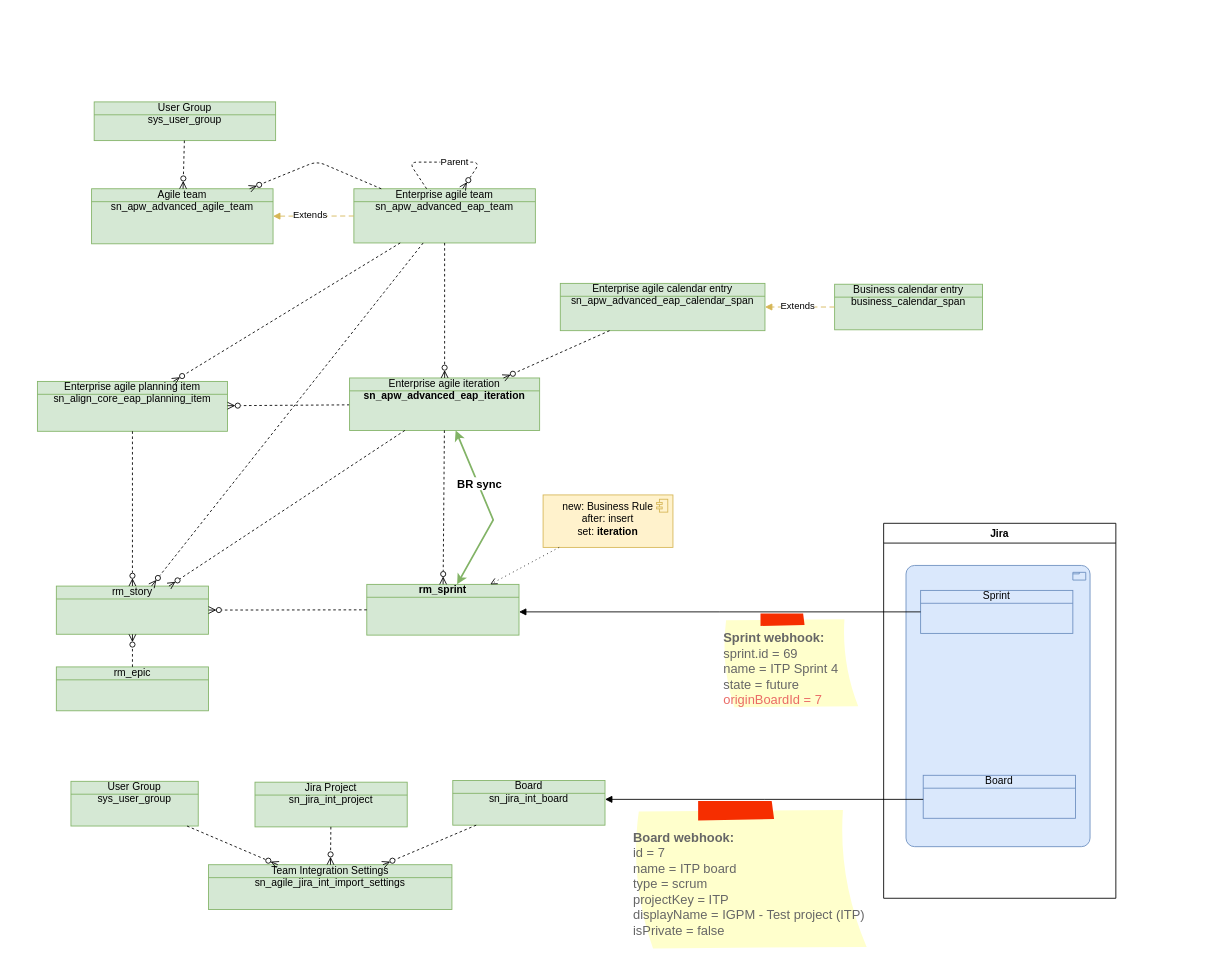
algimas/tmp keeps this draw.io diagram as BoschEAP.drawio. Above is the earlier version. Source tidied: cells renumbered, new cells numbered last; positions are measured from the earlier drawing's top-left corner, leaving out a move shared by most shapes. Both pictures are drawn from the tidied source at 86%, with x=0, y=0 at pixel (37, 101).
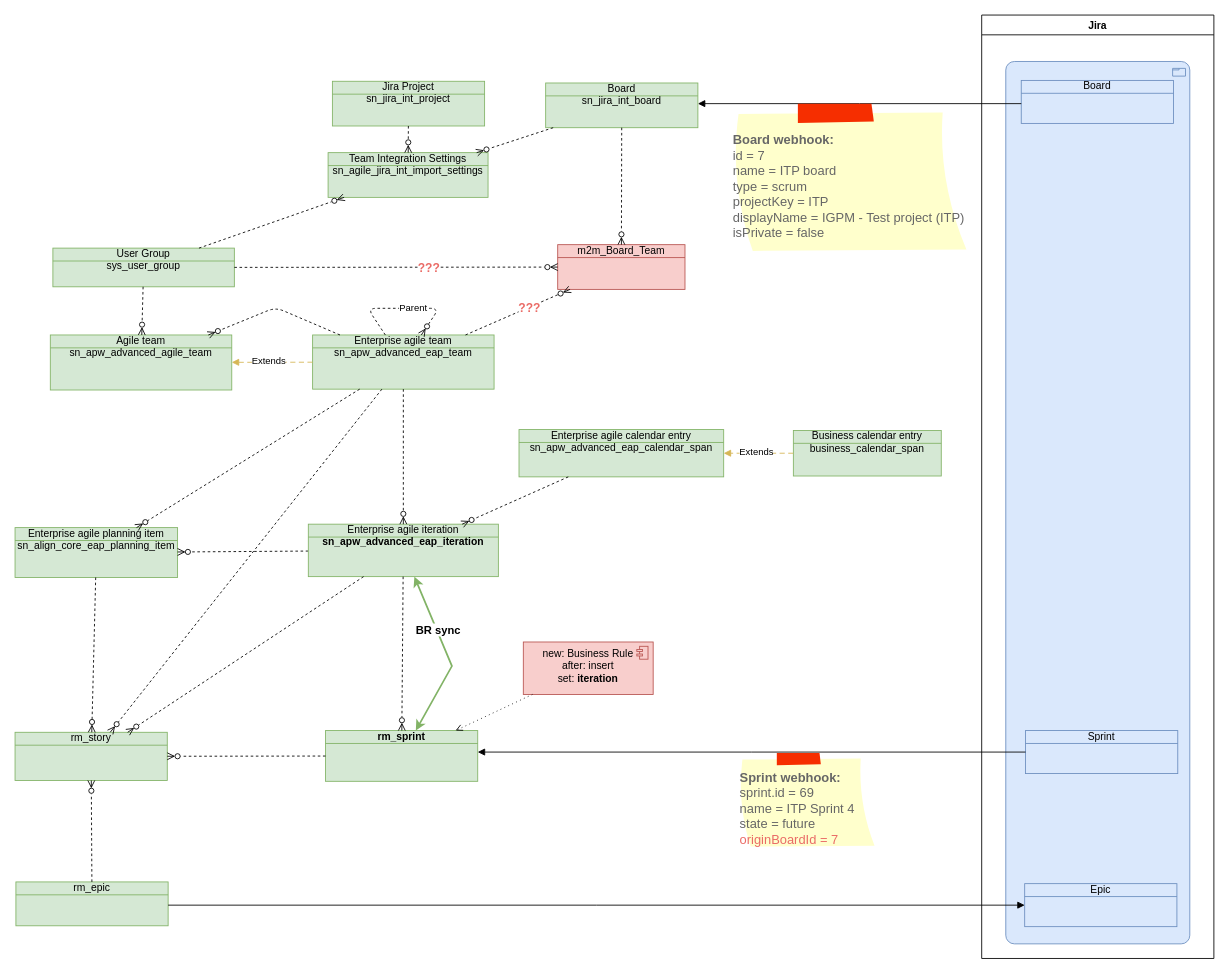
The same diagram, later.

The edit, as a diff of the source:
```diff
@@
     <mxCell id="2" value="&lt;b&gt;rm_sprint&lt;/b&gt;" style="html=1;outlineConnect=0;whiteSpace=wrap;fillColor=#d5e8d4;shape=mxgraph.archimate3.businessObject;overflow=fill;strokeColor=#82b366;" parent="1" vertex="1">
-      <mxGeometry x="383" y="561" width="177" height="59" as="geometry" />
+      <mxGeometry x="335" y="731" width="177" height="59" as="geometry" />
     </mxCell>
     <mxCell id="3" value="Enterprise agile planning item sn_align_core_eap_planning_item" style="html=1;outlineConnect=0;whiteSpace=wrap;fillColor=#d5e8d4;shape=mxgraph.archimate3.businessObject;overflow=fill;strokeColor=#82b366;" parent="1" vertex="1">
-      <mxGeometry y="325" width="221" height="58" as="geometry" />
+      <mxGeometry x="-26" y="495" width="189" height="58" as="geometry" />
     </mxCell>
@@
     <mxCell id="5" value="rm_story" style="html=1;outlineConnect=0;whiteSpace=wrap;fillColor=#d5e8d4;shape=mxgraph.archimate3.businessObject;overflow=fill;strokeColor=#82b366;" parent="1" vertex="1">
-      <mxGeometry x="22" y="563" width="177" height="56" as="geometry" />
+      <mxGeometry x="-26" y="733" width="177" height="56" as="geometry" />
     </mxCell>
     <mxCell id="6" value="Enterprise agile iteration &lt;b&gt;sn_apw_advanced_eap_iteration&lt;/b&gt;" style="html=1;outlineConnect=0;whiteSpace=wrap;fillColor=#d5e8d4;shape=mxgraph.archimate3.businessObject;overflow=fill;strokeColor=#82b366;" parent="1" vertex="1">
-      <mxGeometry x="363" y="321" width="221" height="61" as="geometry" />
+      <mxGeometry x="315" y="491" width="221" height="61" as="geometry" />
     </mxCell>
     <mxCell id="7" value="Enterprise agile team sn_apw_advanced_eap_team" style="html=1;outlineConnect=0;whiteSpace=wrap;fillColor=#d5e8d4;shape=mxgraph.archimate3.businessObject;overflow=fill;strokeColor=#82b366;" parent="1" vertex="1">
-      <mxGeometry x="368" y="101" width="211" height="63" as="geometry" />
+      <mxGeometry x="320" y="271" width="211" height="63" as="geometry" />
     </mxCell>
     <mxCell id="8" value="&lt;div&gt;Enterprise agile calendar entry&lt;/div&gt;sn_apw_advanced_eap_calendar_span" style="html=1;outlineConnect=0;whiteSpace=wrap;fillColor=#d5e8d4;shape=mxgraph.archimate3.businessObject;overflow=fill;strokeColor=#82b366;" parent="1" vertex="1">
-      <mxGeometry x="608" y="211" width="238" height="55" as="geometry" />
+      <mxGeometry x="560" y="381" width="238" height="55" as="geometry" />
     </mxCell>
     <mxCell id="9" value="&lt;div&gt;Business calendar entry&lt;/div&gt;business_calendar_span" style="html=1;outlineConnect=0;whiteSpace=wrap;fillColor=#d5e8d4;shape=mxgraph.archimate3.businessObject;overflow=fill;strokeColor=#82b366;" parent="1" vertex="1">
-      <mxGeometry x="927" y="212" width="172" height="53" as="geometry" />
+      <mxGeometry x="879" y="382" width="172" height="53" as="geometry" />
     </mxCell>
@@
     <mxCell id="18" value="rm_epic" style="html=1;outlineConnect=0;whiteSpace=wrap;fillColor=#d5e8d4;shape=mxgraph.archimate3.businessObject;overflow=fill;strokeColor=#82b366;" parent="1" vertex="1">
-      <mxGeometry x="22" y="657" width="177" height="51" as="geometry" />
+      <mxGeometry x="-25" y="907" width="177" height="51" as="geometry" />
     </mxCell>
@@
-    <mxCell id="22" value="&lt;div&gt;new: Business Rule&lt;/div&gt;&lt;div&gt;after: insert&lt;/div&gt;&lt;div&gt;set: &lt;b&gt;iteration&lt;/b&gt;&lt;br&gt;&lt;/div&gt;" style="html=1;outlineConnect=0;whiteSpace=wrap;fillColor=#fff2cc;shape=mxgraph.archimate3.application;appType=comp;archiType=square;strokeColor=#d6b656;verticalAlign=top;" parent="1" vertex="1">
-      <mxGeometry x="588" y="457" width="151" height="61" as="geometry" />
+    <mxCell id="22" value="&lt;div&gt;new: Business Rule&lt;/div&gt;&lt;div&gt;after: insert&lt;/div&gt;&lt;div&gt;set: &lt;b&gt;iteration&lt;/b&gt;&lt;br&gt;&lt;/div&gt;" style="html=1;outlineConnect=0;whiteSpace=wrap;fillColor=#f8cecc;shape=mxgraph.archimate3.application;appType=comp;archiType=square;strokeColor=#b85450;verticalAlign=top;" parent="1" vertex="1">
+      <mxGeometry x="565" y="628" width="151" height="61" as="geometry" />
     </mxCell>
@@
     <mxCell id="24" value="Jira" style="swimlane;" parent="1" vertex="1">
-      <mxGeometry x="984" y="490" width="270" height="436" as="geometry" />
+      <mxGeometry x="1098" y="-101" width="270" height="1097" as="geometry" />
     </mxCell>
     <mxCell id="25" style="html=1;whiteSpace=wrap;fillColor=#dae8fc;shape=mxgraph.archimate3.application;appType=product;archiType=rounded;strokeColor=#6c8ebf;verticalAlign=top;fontStyle=0;" parent="24" vertex="1">
-      <mxGeometry x="26" y="49" width="214" height="327" as="geometry" />
+      <mxGeometry x="28" y="54" width="214" height="1026" as="geometry" />
     </mxCell>
     <mxCell id="26" value="Board" style="html=1;outlineConnect=0;whiteSpace=wrap;fillColor=#dae8fc;shape=mxgraph.archimate3.businessObject;overflow=fill;strokeColor=#6c8ebf;" parent="24" vertex="1">
-      <mxGeometry x="46" y="293" width="177" height="50" as="geometry" />
+      <mxGeometry x="46" y="76" width="177" height="50" as="geometry" />
     </mxCell>
     <mxCell id="27" value="Sprint" style="html=1;outlineConnect=0;whiteSpace=wrap;fillColor=#dae8fc;shape=mxgraph.archimate3.businessObject;overflow=fill;strokeColor=#6c8ebf;" parent="24" vertex="1">
-      <mxGeometry x="43" y="78" width="177" height="50" as="geometry" />
+      <mxGeometry x="51" y="832" width="177" height="50" as="geometry" />
     </mxCell>
+    <mxCell id="49" value="Epic" style="html=1;outlineConnect=0;whiteSpace=wrap;fillColor=#dae8fc;shape=mxgraph.archimate3.businessObject;overflow=fill;strokeColor=#6c8ebf;" parent="24" vertex="1">
+      <mxGeometry x="50" y="1010" width="177" height="50" as="geometry" />
+    </mxCell>
     <mxCell id="28" value="Agile team sn_apw_advanced_agile_team" style="html=1;outlineConnect=0;whiteSpace=wrap;fillColor=#d5e8d4;shape=mxgraph.archimate3.businessObject;overflow=fill;strokeColor=#82b366;" parent="1" vertex="1">
-      <mxGeometry x="63" y="101" width="211" height="64" as="geometry" />
+      <mxGeometry x="15" y="271" width="211" height="64" as="geometry" />
     </mxCell>
@@
     <mxCell id="31" value="User Group&lt;div&gt;sys_user_group&lt;/div&gt;" style="html=1;outlineConnect=0;whiteSpace=wrap;fillColor=#d5e8d4;shape=mxgraph.archimate3.businessObject;overflow=fill;strokeColor=#82b366;" parent="1" vertex="1">
-      <mxGeometry x="66" width="211" height="45" as="geometry" />
+      <mxGeometry x="18" y="170" width="211" height="45" as="geometry" />
     </mxCell>
@@
     <mxCell id="33" style="html=1;dashed=1;labelBackgroundColor=none;startArrow=none;endArrow=ERzeroToMany;fontFamily=Verdana;fontSize=12;align=left;startFill=0;endFill=0;" parent="1" edge="1" source="7" target="28">
       <mxGeometry relative="1" as="geometry">
         <Array as="points">
-          <mxPoint x="325" y="69" />
+          <mxPoint x="277" y="239" />
         </Array>
       </mxGeometry>
     </mxCell>
     <mxCell id="34" style="html=1;dashed=1;labelBackgroundColor=none;startArrow=none;endArrow=ERzeroToMany;fontFamily=Verdana;fontSize=12;align=left;startFill=0;endFill=0;" parent="1" edge="1" source="7" target="7">
       <mxGeometry relative="1" as="geometry">
         <Array as="points">
-          <mxPoint x="515" y="70" />
+          <mxPoint x="467" y="240" />
         </Array>
       </mxGeometry>
     </mxCell>
@@
     <mxCell id="36" value="&lt;div&gt;&lt;br&gt;&lt;/div&gt;&lt;div&gt;&lt;b&gt;Sprint webhook:&lt;/b&gt;&lt;/div&gt;&lt;div&gt;sprint.id =&amp;nbsp;&lt;span style=&quot;background-color: transparent; color: light-dark(rgb(102, 102, 102), rgb(149, 149, 149));&quot;&gt;69&lt;/span&gt;&lt;/div&gt;&lt;div&gt;name =&amp;nbsp;&lt;span style=&quot;background-color: transparent; color: light-dark(rgb(102, 102, 102), rgb(149, 149, 149));&quot;&gt;ITP Sprint 4&lt;/span&gt;&lt;/div&gt;&lt;div&gt;state =&amp;nbsp;&lt;span style=&quot;background-color: transparent; color: light-dark(rgb(102, 102, 102), rgb(149, 149, 149));&quot;&gt;future&lt;/span&gt;&lt;/div&gt;&lt;div&gt;&lt;span style=&quot;background-color: transparent;&quot;&gt;&lt;font style=&quot;color: rgb(234, 107, 102);&quot;&gt;originBoardId = 7&lt;/font&gt;&lt;/span&gt;&lt;/div&gt;" style="strokeWidth=1;shadow=0;dashed=0;align=left;html=1;shape=mxgraph.mockup.text.stickyNote2;fontColor=#666666;mainText=;fontSize=15;whiteSpace=wrap;fillColor=#ffffcc;strokeColor=#F62E00;" parent="1" vertex="1">
-      <mxGeometry x="796" y="595" width="160" height="110" as="geometry" />
+      <mxGeometry x="815" y="757" width="160" height="110" as="geometry" />
     </mxCell>
@@
     <mxCell id="38" value="Board&lt;div&gt;sn_jira_int_board&lt;/div&gt;" style="html=1;outlineConnect=0;whiteSpace=wrap;fillColor=#d5e8d4;shape=mxgraph.archimate3.businessObject;overflow=fill;strokeColor=#82b366;" parent="1" vertex="1">
-      <mxGeometry x="483" y="789" width="177" height="52" as="geometry" />
+      <mxGeometry x="591" y="-22" width="177" height="52" as="geometry" />
     </mxCell>
@@
     <mxCell id="40" value="&lt;div&gt;&lt;br&gt;&lt;/div&gt;&lt;div&gt;&lt;b&gt;Board webhook:&lt;/b&gt;&lt;/div&gt;&lt;div&gt;&lt;div&gt;id = 7&lt;/div&gt;&lt;div&gt;name = ITP board&lt;/div&gt;&lt;div&gt;type = scrum&lt;/div&gt;&lt;div&gt;projectKey = ITP&lt;/div&gt;&lt;div&gt;displayName = IGPM - Test project (ITP)&lt;/div&gt;&lt;div&gt;isPrivate = false&lt;/div&gt;&lt;/div&gt;" style="strokeWidth=1;shadow=0;dashed=0;align=left;html=1;shape=mxgraph.mockup.text.stickyNote2;fontColor=#666666;mainText=;fontSize=15;whiteSpace=wrap;fillColor=#ffffcc;strokeColor=#F62E00;" parent="1" vertex="1">
-      <mxGeometry x="691" y="813" width="276" height="173" as="geometry" />
+      <mxGeometry x="807" y="2" width="276" height="173" as="geometry" />
     </mxCell>
     <mxCell id="41" style="endArrow=classic;startArrow=classic;html=1;rounded=0;fillColor=#d5e8d4;strokeColor=#82b366;strokeWidth=2;fontSize=13;" parent="1" edge="1" source="2" target="6">
       <mxGeometry relative="1" as="geometry">
         <Array as="points">
-          <mxPoint x="530" y="486" />
+          <mxPoint x="482" y="656" />
         </Array>
       </mxGeometry>
     </mxCell>
@@
     <mxCell id="43" value="Jira Project&lt;div&gt;sn_jira_int_project&lt;/div&gt;" style="html=1;outlineConnect=0;whiteSpace=wrap;fillColor=#d5e8d4;shape=mxgraph.archimate3.businessObject;overflow=fill;strokeColor=#82b366;" parent="1" vertex="1">
-      <mxGeometry x="253" y="791" width="177" height="52" as="geometry" />
+      <mxGeometry x="343" y="-24" width="177" height="52" as="geometry" />
     </mxCell>
     <mxCell id="44" value="Team Integration Settings&lt;br&gt;&lt;div&gt;sn_agile_jira_int_import_settings&lt;/div&gt;" style="html=1;outlineConnect=0;whiteSpace=wrap;fillColor=#d5e8d4;shape=mxgraph.archimate3.businessObject;overflow=fill;strokeColor=#82b366;" parent="1" vertex="1">
-      <mxGeometry x="199" y="887" width="283" height="52" as="geometry" />
+      <mxGeometry x="338" y="59" width="186" height="52" as="geometry" />
     </mxCell>
@@
-    <mxCell id="47" value="User Group&lt;div&gt;sys_user_group&lt;/div&gt;" style="html=1;outlineConnect=0;whiteSpace=wrap;fillColor=#d5e8d4;shape=mxgraph.archimate3.businessObject;overflow=fill;strokeColor=#82b366;" parent="1" vertex="1">
-      <mxGeometry x="39" y="790" width="148" height="52" as="geometry" />
-    </mxCell>
-    <mxCell id="48" style="html=1;dashed=1;labelBackgroundColor=none;startArrow=none;endArrow=ERzeroToMany;fontFamily=Verdana;fontSize=12;align=left;startFill=0;endFill=0;" parent="1" edge="1" source="47" target="44">
+    <mxCell id="48" style="html=1;dashed=1;labelBackgroundColor=none;startArrow=none;endArrow=ERzeroToMany;fontFamily=Verdana;fontSize=12;align=left;startFill=0;endFill=0;" parent="1" edge="1" source="31" target="44">
       <mxGeometry relative="1" as="geometry" />
     </mxCell>
+    <mxCell id="50" style="edgeStyle=elbowEdgeStyle;html=1;endArrow=block;dashed=0;elbow=vertical;endFill=1;rounded=0;" parent="1" edge="1" source="18" target="49">
+      <mxGeometry relative="1" as="geometry" />
+    </mxCell>
+    <mxCell id="51" value="m2m_Board_Team" style="html=1;outlineConnect=0;whiteSpace=wrap;fillColor=#f8cecc;shape=mxgraph.archimate3.businessObject;overflow=fill;strokeColor=#b85450;" parent="1" vertex="1">
+      <mxGeometry x="605" y="166" width="148" height="52" as="geometry" />
+    </mxCell>
+    <mxCell id="52" style="html=1;dashed=1;labelBackgroundColor=none;startArrow=none;endArrow=ERzeroToMany;fontFamily=Verdana;fontSize=12;align=left;startFill=0;endFill=0;" parent="1" edge="1" source="31" target="51">
+      <mxGeometry relative="1" as="geometry" />
+    </mxCell>
+    <mxCell id="53" value="&lt;font style=&quot;color: rgb(234, 107, 102); font-size: 14px;&quot;&gt;&lt;b style=&quot;&quot;&gt;???&lt;/b&gt;&lt;/font&gt;" style="edgeLabel;html=1;align=center;verticalAlign=middle;" parent="52" vertex="1">
+      <mxGeometry x="0.2" relative="1" as="geometry" />
+    </mxCell>
+    <mxCell id="54" style="html=1;dashed=1;labelBackgroundColor=none;startArrow=none;endArrow=ERzeroToMany;fontFamily=Verdana;fontSize=12;align=left;startFill=0;endFill=0;" parent="1" edge="1" source="38" target="51">
+      <mxGeometry relative="1" as="geometry" />
+    </mxCell>
+    <mxCell id="55" style="html=1;dashed=1;labelBackgroundColor=none;startArrow=none;endArrow=ERzeroToMany;fontFamily=Verdana;fontSize=12;align=left;startFill=0;endFill=0;" parent="1" edge="1" source="7" target="51">
+      <mxGeometry relative="1" as="geometry" />
+    </mxCell>
+    <mxCell id="56" value="&lt;font style=&quot;color: rgb(234, 107, 102); font-size: 14px;&quot;&gt;&lt;b style=&quot;&quot;&gt;???&lt;/b&gt;&lt;/font&gt;" style="edgeLabel;html=1;align=center;verticalAlign=middle;" parent="55" vertex="1">
+      <mxGeometry x="0.2" relative="1" as="geometry" />
+    </mxCell>
```
